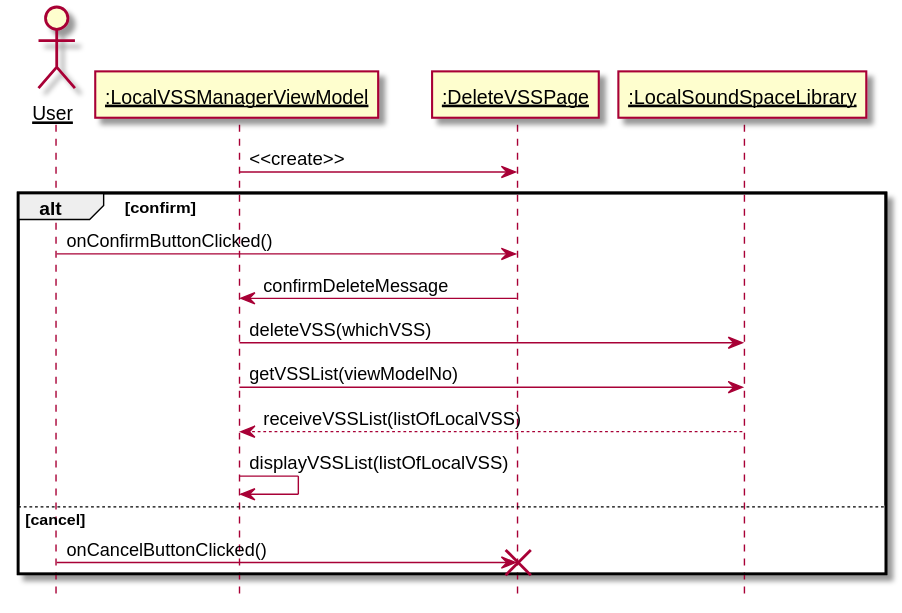
Before: 设计/Diagrams/DeleteVSS.svg, a diagram exported from PlantUML (kpp19920121/doc).
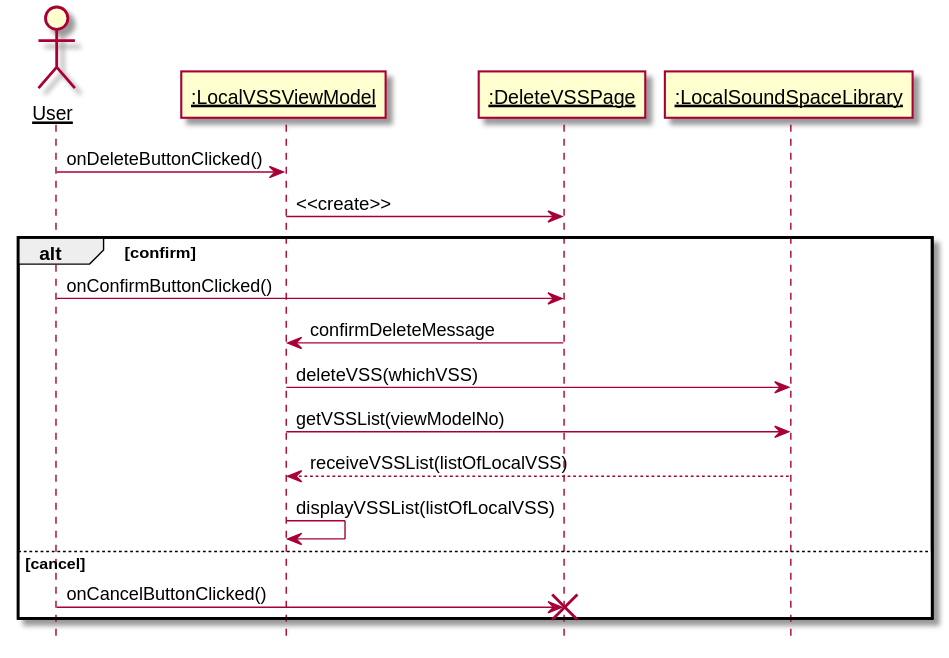
The same diagram one commit later.

What changed in the source:
```diff
@@ -3,10 +3,11 @@
 skinparam sequenceParticipant underline
 
 actor User as user
-participant ":LocalVSSManagerViewModel" as viewModel
+participant ":LocalVSSViewModel" as viewModel
 participant ":DeleteVSSPage" as page
 participant ":LocalSoundSpaceLibrary" as library
 
+user -> viewModel: onDeleteButtonClicked()
 viewModel -> page: <<create>>
 alt confirm
     user -> page: onConfirmButtonClicked()
```
